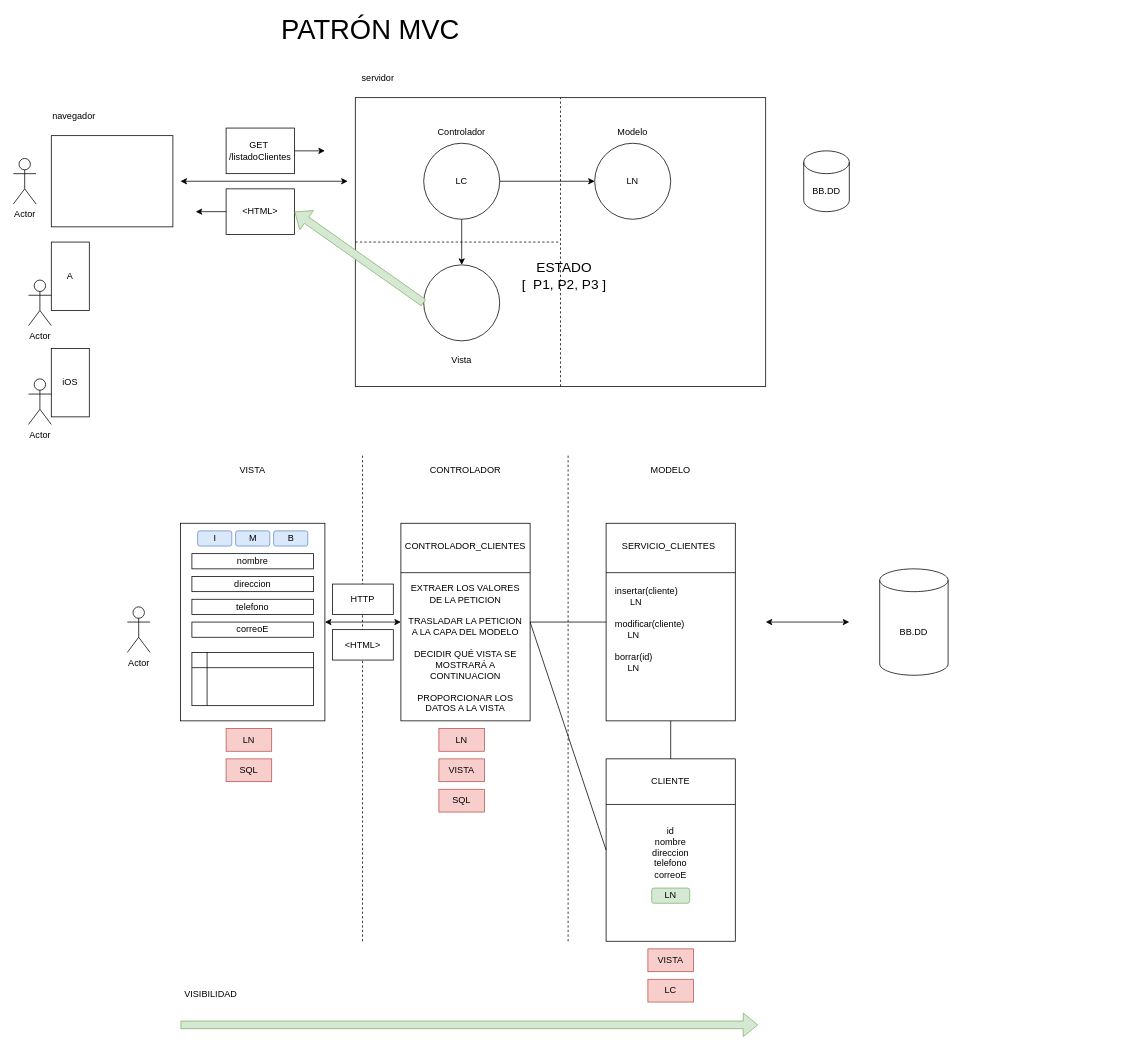
Before: page "Página-1" (1 of 42) of patrones_2022_7.drawio in lrag/Patrones, a draw.io diagram. Source tidied: cells renumbered, new cells numbered last; positions are measured from the earlier drawing's top-left corner, leaving out a move shared by most shapes. Both pictures are drawn from the tidied source at 76%, with x=0, y=0 at pixel (13, 21).
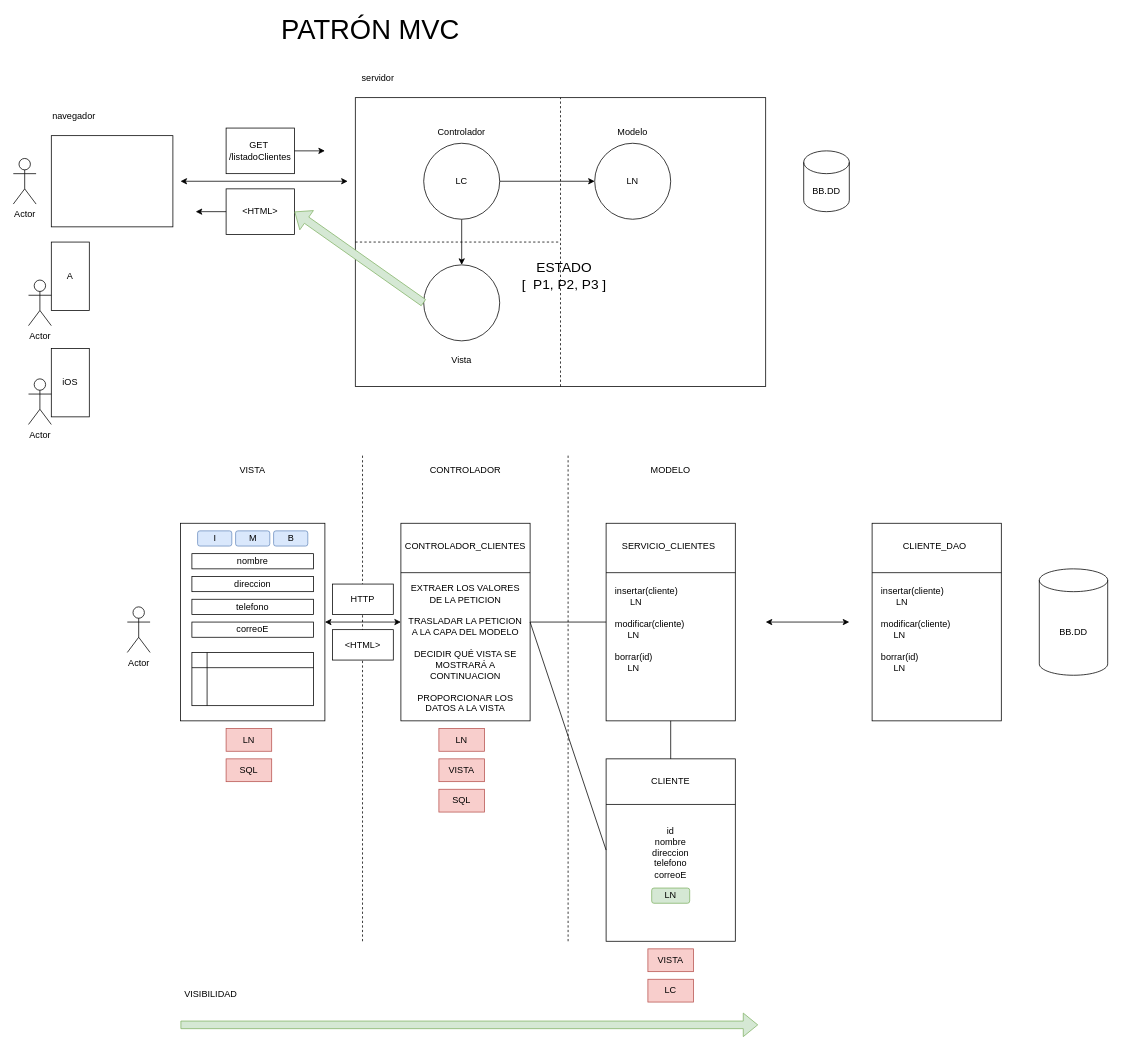
The same page after the edit.

The edit, as a diff of the source:
```diff
@@
     <mxCell id="17" value="BB.DD" style="shape=cylinder3;whiteSpace=wrap;html=1;boundedLbl=1;backgroundOutline=1;size=15;" parent="1" vertex="1">
-      <mxGeometry x="1140" y="720" width="90" height="140" as="geometry" />
+      <mxGeometry x="1350" y="720" width="90" height="140" as="geometry" />
     </mxCell>
@@
+    <mxCell id="76" style="rounded=0;whiteSpace=wrap;html=1;" parent="1" vertex="1">
+      <mxGeometry x="1130" y="660" width="170" height="260" as="geometry" />
+    </mxCell>
+    <mxCell id="77" style="endArrow=none;html=1;entryX=1;entryY=0.25;entryDx=0;entryDy=0;exitX=0;exitY=0.25;exitDx=0;exitDy=0;" parent="1" edge="1" source="76" target="76">
+      <mxGeometry relative="1" as="geometry" />
+    </mxCell>
+    <mxCell id="78" value="CLIENTE_DAO" style="text;html=1;strokeColor=none;fillColor=none;align=center;verticalAlign=middle;whiteSpace=wrap;rounded=0;" parent="1" vertex="1">
+      <mxGeometry x="1140" y="680" width="145" height="20" as="geometry" />
+    </mxCell>
+    <mxCell id="79" value="insertar(cliente)&lt;br&gt;&amp;nbsp; &amp;nbsp; &amp;nbsp; LN&lt;br&gt;&lt;br&gt;modificar(cliente)&lt;br&gt;&amp;nbsp; &amp;nbsp; &amp;nbsp;LN&lt;br&gt;&lt;br&gt;borrar(id)&lt;br&gt;&amp;nbsp; &amp;nbsp; &amp;nbsp;LN" style="text;html=1;strokeColor=none;fillColor=none;align=left;verticalAlign=middle;whiteSpace=wrap;rounded=0;" parent="1" vertex="1">
+      <mxGeometry x="1140" y="740" width="150" height="120" as="geometry" />
+    </mxCell>
```
